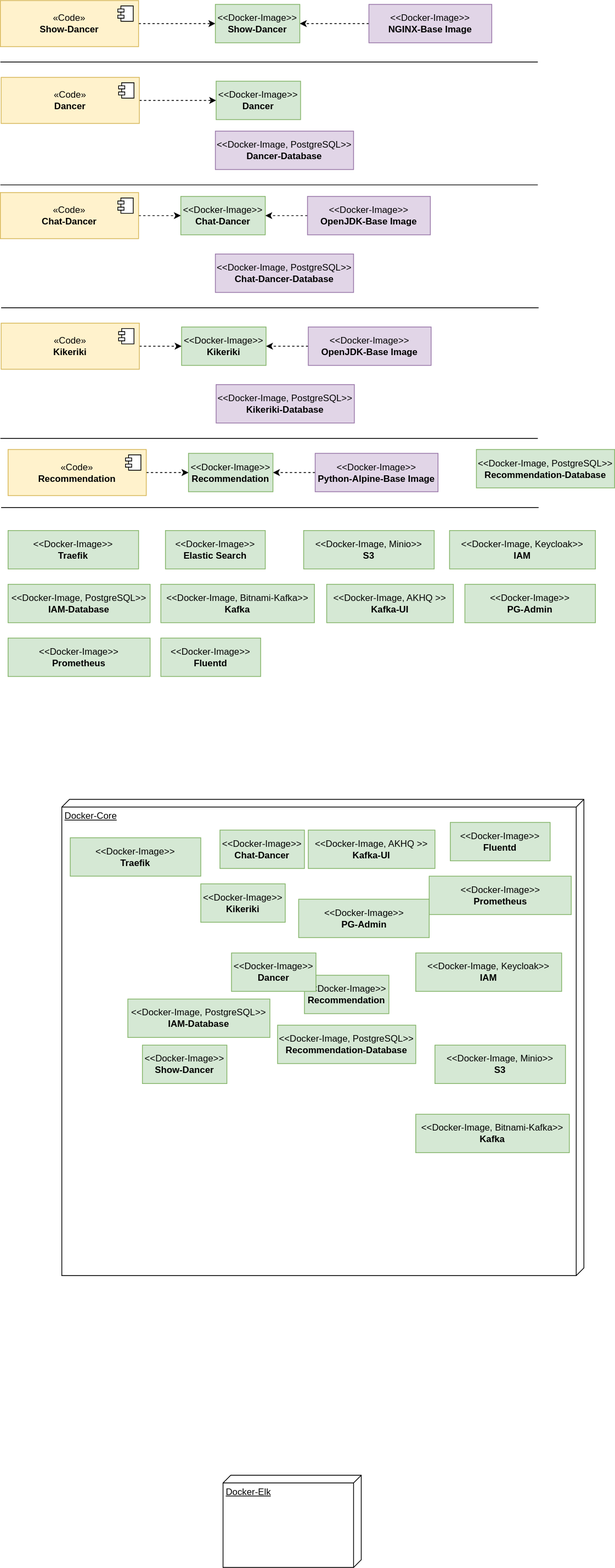
This is src/main/jbake/content/documentation/arc42/images/deployment-components.drawio.svg from dancier/documentation, a draw.io export, as it was before one commit. Source tidied: cells renumbered, new cells last; positions are measured from the earlier drawing's top-left corner, leaving out a move shared by most shapes.
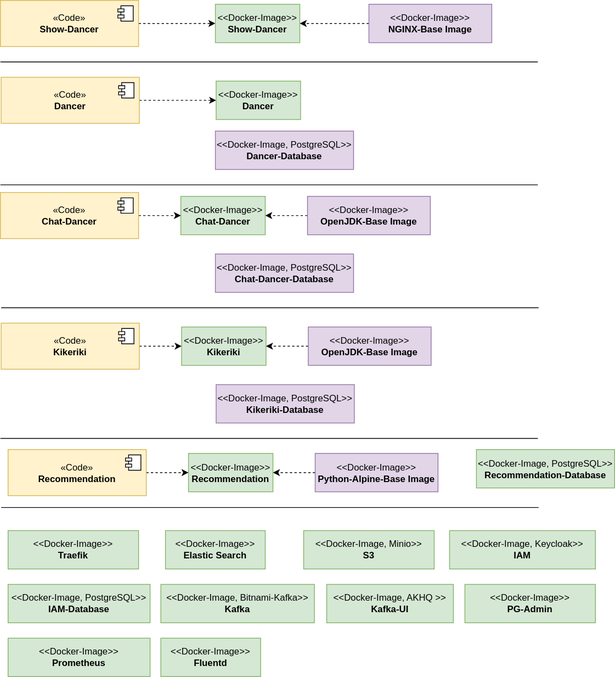
The same diagram one commit later.

The edit, as a diff of the source:
```diff
@@ -2,9 +2,6 @@
   <root>
     <mxCell id="0" />
     <mxCell id="1" parent="0" />
-    <mxCell id="2" value="Docker-Core" style="verticalAlign=top;align=left;spacingTop=8;spacingLeft=2;spacingRight=12;shape=cube;size=10;direction=south;fontStyle=4;html=1;whiteSpace=wrap;" parent="1" vertex="1">
-      <mxGeometry x="80" y="1040" width="680" height="620" as="geometry" />
-    </mxCell>
     <mxCell id="3" style="edgeStyle=orthogonalEdgeStyle;rounded=0;jettySize=auto;html=1;entryX=0;entryY=0.5;entryDx=0;entryDy=0;dashed=1;" parent="1" edge="1" source="4" target="6">
       <mxGeometry relative="1" as="geometry" />
     </mxCell>
@@ -132,63 +129,15 @@
     <mxCell id="41" value="&amp;lt;&amp;lt;Docker-Image, PostgreSQL&amp;gt;&amp;gt;&lt;br&gt;&lt;b&gt;Recommendation-Database&lt;/b&gt;" style="html=1;whiteSpace=wrap;fillColor=#d5e8d4;strokeColor=#82b366;" parent="1" vertex="1">
       <mxGeometry x="620" y="584.5" width="180" height="50" as="geometry" />
     </mxCell>
-    <mxCell id="42" value="&amp;lt;&amp;lt;Docker-Image, Minio&amp;gt;&amp;gt;&lt;br&gt;&lt;b&gt;S3&lt;/b&gt;" style="html=1;whiteSpace=wrap;fillColor=#d5e8d4;strokeColor=#82b366;" parent="1" vertex="1">
-      <mxGeometry x="566" y="1360" width="170" height="50" as="geometry" />
-    </mxCell>
-    <mxCell id="43" value="&amp;lt;&amp;lt;Docker-Image&amp;gt;&amp;gt;&lt;br&gt;&lt;b&gt;Traefik&lt;/b&gt;" style="html=1;whiteSpace=wrap;fillColor=#d5e8d4;strokeColor=#82b366;" parent="1" vertex="1">
-      <mxGeometry x="91" y="1090" width="170" height="50" as="geometry" />
-    </mxCell>
     <mxCell id="44" value="&amp;lt;&amp;lt;Docker-Image&amp;gt;&amp;gt;&lt;br&gt;&lt;b&gt;Elastic Search&lt;/b&gt;" style="html=1;whiteSpace=wrap;fillColor=#d5e8d4;strokeColor=#82b366;" parent="1" vertex="1">
       <mxGeometry x="215" y="690" width="130" height="50" as="geometry" />
     </mxCell>
-    <mxCell id="45" value="Docker-Elk" style="verticalAlign=top;align=left;spacingTop=8;spacingLeft=2;spacingRight=12;shape=cube;size=10;direction=south;fontStyle=4;html=1;whiteSpace=wrap;" parent="1" vertex="1">
-      <mxGeometry x="290" y="1920" width="180" height="120" as="geometry" />
-    </mxCell>
-    <mxCell id="46" value="&amp;lt;&amp;lt;Docker-Image&amp;gt;&amp;gt;&lt;br&gt;&lt;b&gt;Fluentd&lt;/b&gt;" style="html=1;whiteSpace=wrap;fillColor=#d5e8d4;strokeColor=#82b366;" parent="1" vertex="1">
-      <mxGeometry x="586" y="1070" width="130" height="50" as="geometry" />
-    </mxCell>
-    <mxCell id="47" value="&amp;lt;&amp;lt;Docker-Image&amp;gt;&amp;gt;&lt;br&gt;&lt;b&gt;Prometheus&lt;/b&gt;" style="html=1;whiteSpace=wrap;fillColor=#d5e8d4;strokeColor=#82b366;" parent="1" vertex="1">
-      <mxGeometry x="558.5" y="1140" width="185" height="50" as="geometry" />
-    </mxCell>
     <mxCell id="48" value="&amp;lt;&amp;lt;Docker-Image&amp;gt;&amp;gt;&lt;br&gt;&lt;b&gt;Traefik&lt;/b&gt;" style="html=1;whiteSpace=wrap;fillColor=#d5e8d4;strokeColor=#82b366;" parent="1" vertex="1">
       <mxGeometry x="10" y="690" width="170" height="50" as="geometry" />
     </mxCell>
     <mxCell id="49" value="&amp;lt;&amp;lt;Docker-Image, Minio&amp;gt;&amp;gt;&lt;br&gt;&lt;b&gt;S3&lt;/b&gt;" style="html=1;whiteSpace=wrap;fillColor=#d5e8d4;strokeColor=#82b366;" parent="1" vertex="1">
       <mxGeometry x="395" y="690" width="170" height="50" as="geometry" />
     </mxCell>
-    <mxCell id="50" value="&amp;lt;&amp;lt;Docker-Image&amp;gt;&amp;gt;&lt;br&gt;&lt;b&gt;Recommendation&lt;/b&gt;" style="html=1;whiteSpace=wrap;fillColor=#d5e8d4;strokeColor=#82b366;" parent="1" vertex="1">
-      <mxGeometry x="396" y="1269" width="110" height="50" as="geometry" />
-    </mxCell>
-    <mxCell id="51" value="&amp;lt;&amp;lt;Docker-Image, PostgreSQL&amp;gt;&amp;gt;&lt;br&gt;&lt;b&gt;Recommendation-Database&lt;/b&gt;" style="html=1;whiteSpace=wrap;fillColor=#d5e8d4;strokeColor=#82b366;" parent="1" vertex="1">
-      <mxGeometry x="361" y="1334" width="180" height="50" as="geometry" />
-    </mxCell>
-    <mxCell id="52" value="&amp;lt;&amp;lt;Docker-Image, Keycloak&amp;gt;&amp;gt;&lt;br&gt;&lt;b&gt;IAM&lt;/b&gt;" style="html=1;whiteSpace=wrap;fillColor=#d5e8d4;strokeColor=#82b366;" parent="1" vertex="1">
-      <mxGeometry x="541" y="1240" width="190" height="50" as="geometry" />
-    </mxCell>
-    <mxCell id="53" value="&amp;lt;&amp;lt;Docker-Image&amp;gt;&amp;gt;&lt;br&gt;&lt;b&gt;PG-Admin&lt;/b&gt;" style="html=1;whiteSpace=wrap;fillColor=#d5e8d4;strokeColor=#82b366;" parent="1" vertex="1">
-      <mxGeometry x="388.5" y="1170" width="170" height="50" as="geometry" />
-    </mxCell>
-    <mxCell id="54" value="&amp;lt;&amp;lt;Docker-Image, Bitnami-Kafka&amp;gt;&amp;gt;&lt;br&gt;&lt;b&gt;Kafka&lt;/b&gt;" style="html=1;whiteSpace=wrap;fillColor=#d5e8d4;strokeColor=#82b366;" parent="1" vertex="1">
-      <mxGeometry x="541" y="1450" width="200" height="50" as="geometry" />
-    </mxCell>
-    <mxCell id="55" value="&amp;lt;&amp;lt;Docker-Image, AKHQ &amp;gt;&amp;gt;&lt;br&gt;&lt;b&gt;Kafka-UI&lt;/b&gt;" style="html=1;whiteSpace=wrap;fillColor=#d5e8d4;strokeColor=#82b366;" parent="1" vertex="1">
-      <mxGeometry x="401" y="1080" width="165" height="50" as="geometry" />
-    </mxCell>
-    <mxCell id="56" value="&amp;lt;&amp;lt;Docker-Image, PostgreSQL&amp;gt;&amp;gt;&lt;br&gt;&lt;b&gt;IAM-Database&lt;/b&gt;" style="html=1;whiteSpace=wrap;fillColor=#d5e8d4;strokeColor=#82b366;" parent="1" vertex="1">
-      <mxGeometry x="166" y="1300" width="185" height="50" as="geometry" />
-    </mxCell>
-    <mxCell id="57" value="&amp;lt;&amp;lt;Docker-Image&amp;gt;&amp;gt;&lt;br&gt;&lt;b&gt;Kikeriki&lt;/b&gt;" style="html=1;whiteSpace=wrap;fillColor=#d5e8d4;strokeColor=#82b366;" parent="1" vertex="1">
-      <mxGeometry x="261" y="1150" width="110" height="50" as="geometry" />
-    </mxCell>
-    <mxCell id="58" value="&amp;lt;&amp;lt;Docker-Image&amp;gt;&amp;gt;&lt;br&gt;&lt;b&gt;Chat-Dancer&lt;/b&gt;" style="html=1;whiteSpace=wrap;fillColor=#d5e8d4;strokeColor=#82b366;" parent="1" vertex="1">
-      <mxGeometry x="286" y="1080" width="110" height="50" as="geometry" />
-    </mxCell>
-    <mxCell id="59" value="&amp;lt;&amp;lt;Docker-Image&amp;gt;&amp;gt;&lt;br&gt;&lt;b&gt;Dancer&lt;/b&gt;" style="html=1;whiteSpace=wrap;fillColor=#d5e8d4;strokeColor=#82b366;" parent="1" vertex="1">
-      <mxGeometry x="301" y="1240" width="110" height="50" as="geometry" />
-    </mxCell>
-    <mxCell id="60" value="&amp;lt;&amp;lt;Docker-Image&amp;gt;&amp;gt;&lt;br&gt;&lt;b&gt;Show-Dancer&lt;/b&gt;" style="html=1;whiteSpace=wrap;fillColor=#d5e8d4;strokeColor=#82b366;" parent="1" vertex="1">
-      <mxGeometry x="185" y="1360" width="110" height="50" as="geometry" />
-    </mxCell>
     <mxCell id="61" style="endArrow=none;html=1;rounded=0;" parent="1" edge="1">
       <mxGeometry relative="1" as="geometry">
         <mxPoint y="80" as="sourcePoint" />
```
